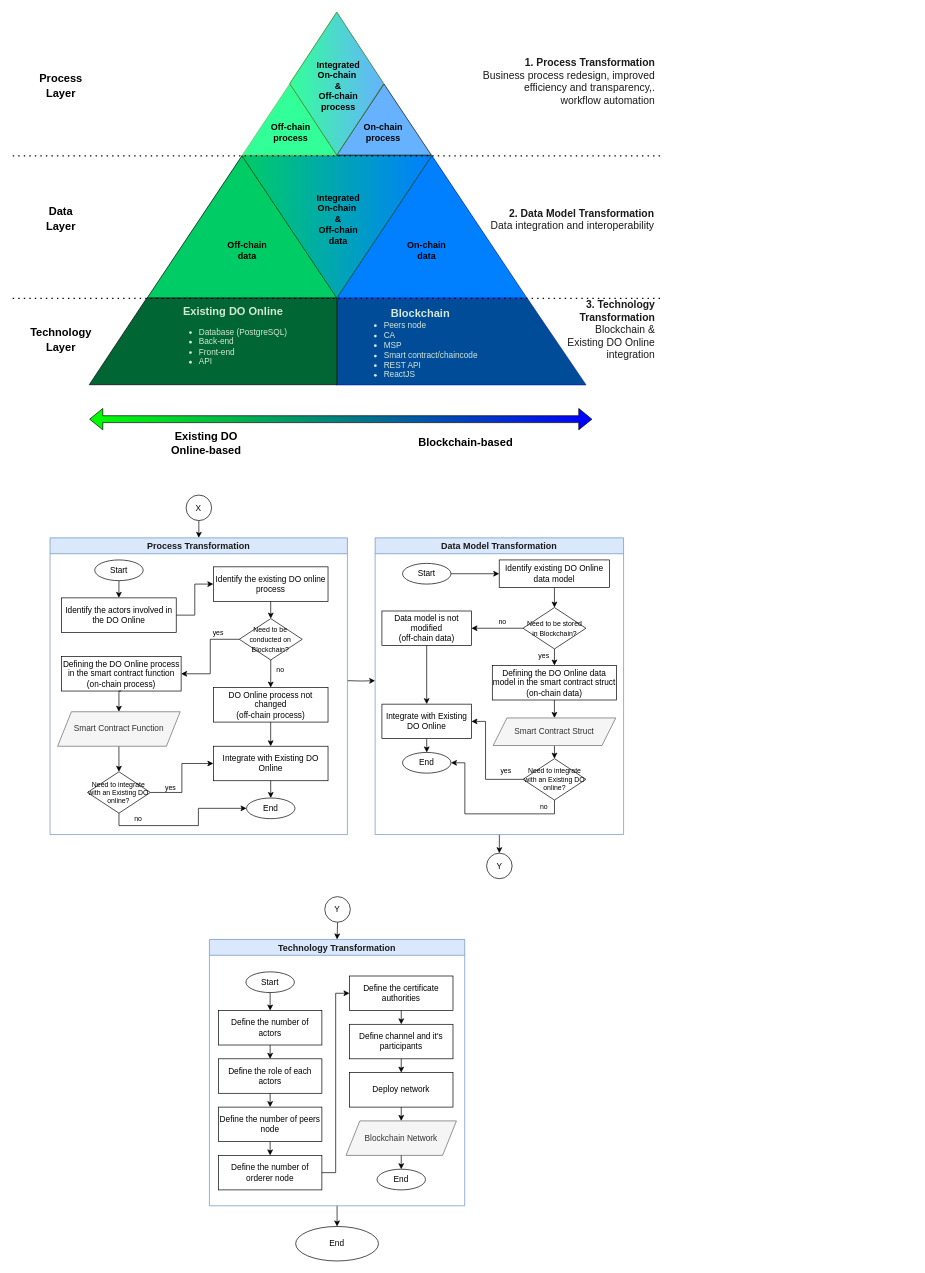
ariesharry/Diagrams keeps this draw.io diagram as Transformation Method DO Online.drawio. Above is the earlier version. Source tidied: cells renumbered, new cells numbered last; positions are measured from the earlier drawing's top-left corner, leaving out a move shared by most shapes. Both pictures are drawn from the tidied source at 69%, with x=0, y=0 at pixel (12, 12).
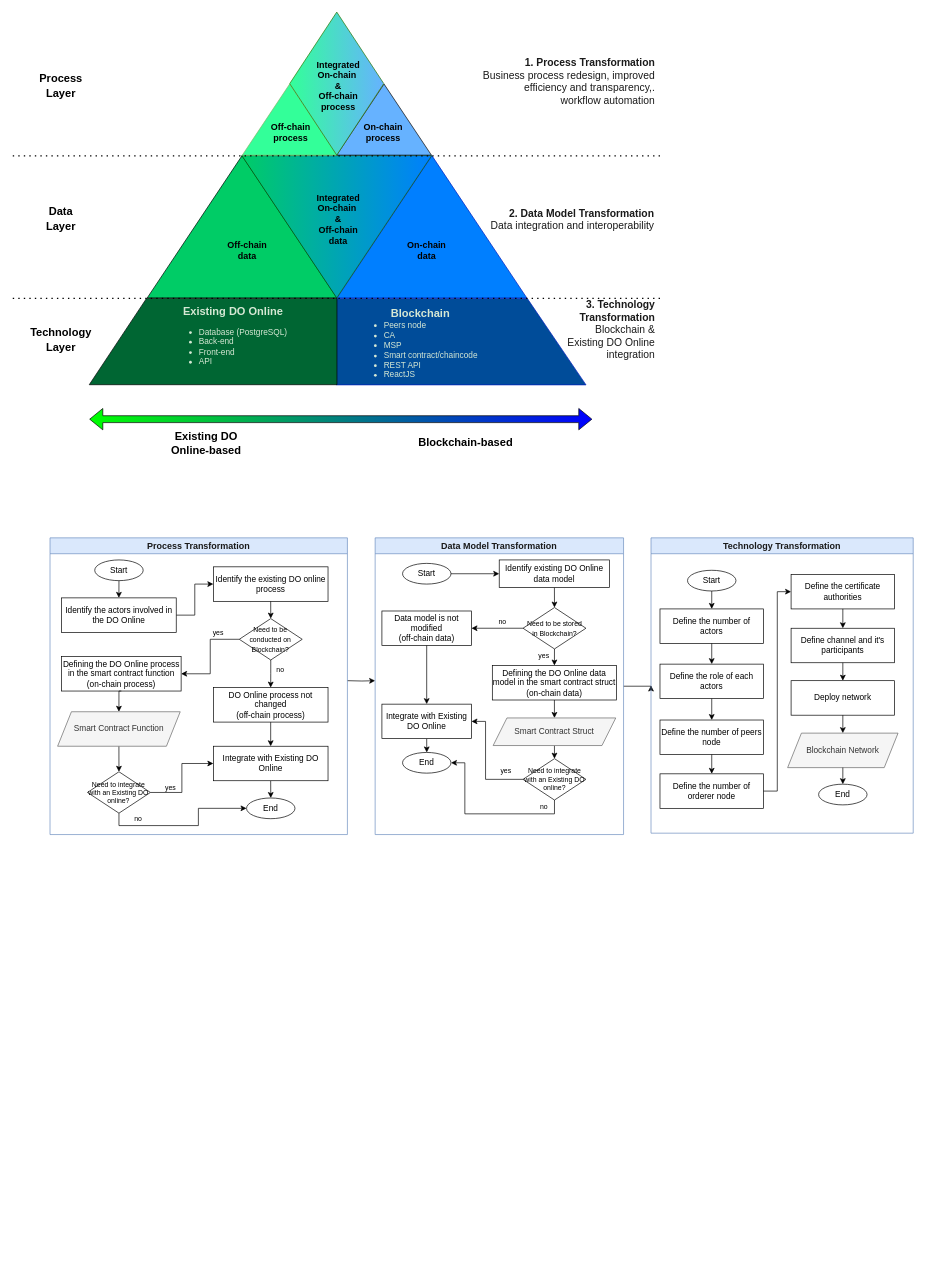
Above is the later version.

Unchanged cells that the change refers to:
```xml
<mxCell id="3" value="&lt;b style=&quot;border-color: var(--border-color); color: rgb(26, 26, 26); text-align: right;&quot;&gt;&lt;font style=&quot;font-size: 13px;&quot;&gt;Process Transformation&lt;/font&gt;&lt;/b&gt;" style="swimlane;whiteSpace=wrap;html=1;fillColor=#dae8fc;strokeColor=#6c8ebf;" parent="1" vertex="1">
  <mxGeometry x="54" y="762" width="431" height="430" as="geometry" />
</mxCell>
<mxCell id="30" value="&lt;b style=&quot;border-color: var(--border-color); color: rgb(26, 26, 26); text-align: right;&quot;&gt;&lt;font style=&quot;font-size: 13px;&quot;&gt;Data Model Transformation&lt;/font&gt;&lt;/b&gt;" style="swimlane;whiteSpace=wrap;html=1;fillColor=#dae8fc;strokeColor=#6c8ebf;" parent="1" vertex="1">
  <mxGeometry x="525.2" y="762" width="360" height="430" as="geometry" />
</mxCell>
```

Diff of the diagram source:
```diff
@@
-    <mxCell id="29" style="edgeStyle=orthogonalEdgeStyle;rounded=0;jettySize=auto;html=1;exitX=0.5;exitY=1;exitDx=0;exitDy=0;entryX=0.5;entryY=0;entryDx=0;entryDy=0;" parent="1" edge="1" source="30" target="108">
-      <mxGeometry relative="1" as="geometry" />
-    </mxCell>
+    <mxCell id="111" style="edgeStyle=orthogonalEdgeStyle;rounded=0;jettySize=auto;html=1;exitX=1;exitY=0.5;exitDx=0;exitDy=0;entryX=0;entryY=0.5;entryDx=0;entryDy=0;" parent="1" edge="1" source="30" target="55">
+      <mxGeometry relative="1" as="geometry" />
+    </mxCell>
@@
-    <mxCell id="54" style="edgeStyle=orthogonalEdgeStyle;rounded=0;jettySize=auto;html=1;exitX=0.5;exitY=1;exitDx=0;exitDy=0;entryX=0.5;entryY=0;entryDx=0;entryDy=0;" parent="1" edge="1" source="55" target="105">
-      <mxGeometry relative="1" as="geometry" />
-    </mxCell>
     <mxCell id="55" value="&lt;b style=&quot;border-color: var(--border-color); color: rgb(26, 26, 26); text-align: right;&quot;&gt;&lt;font style=&quot;font-size: 13px;&quot;&gt;Technology Transformation&lt;/font&gt;&lt;/b&gt;" style="swimlane;whiteSpace=wrap;html=1;fillColor=#dae8fc;strokeColor=#6c8ebf;" parent="1" vertex="1">
-      <mxGeometry x="285" y="1344" width="370" height="386" as="geometry" />
+      <mxGeometry x="925" y="762" width="380" height="428" as="geometry" />
     </mxCell>
@@
     <mxCell id="57" value="Define the role of each actors" style="rounded=0;whiteSpace=wrap;html=1;labelBorderColor=none;" parent="55" vertex="1">
-      <mxGeometry x="13" y="173" width="150" height="50" as="geometry" />
+      <mxGeometry x="13" y="183" width="150" height="50" as="geometry" />
     </mxCell>
@@
     <mxCell id="59" value="Define the number of peers node" style="rounded=0;whiteSpace=wrap;html=1;labelBorderColor=none;" parent="55" vertex="1">
-      <mxGeometry x="13" y="243" width="150" height="50" as="geometry" />
+      <mxGeometry x="13" y="264" width="150" height="50" as="geometry" />
     </mxCell>
@@
     <mxCell id="61" value="Define the number of orderer node" style="rounded=0;whiteSpace=wrap;html=1;labelBorderColor=none;" parent="55" vertex="1">
-      <mxGeometry x="13" y="313" width="150" height="50" as="geometry" />
+      <mxGeometry x="13" y="342" width="150" height="50" as="geometry" />
     </mxCell>
@@
     <mxCell id="65" value="Define channel and it's participants" style="rounded=0;whiteSpace=wrap;html=1;labelBorderColor=none;" parent="55" vertex="1">
-      <mxGeometry x="203" y="123" width="150" height="50" as="geometry" />
+      <mxGeometry x="203" y="131" width="150" height="50" as="geometry" />
     </mxCell>
@@
     <mxCell id="67" value="Deploy network" style="rounded=0;whiteSpace=wrap;html=1;labelBorderColor=none;" parent="55" vertex="1">
-      <mxGeometry x="203" y="193" width="150" height="50" as="geometry" />
+      <mxGeometry x="203" y="207" width="150" height="50" as="geometry" />
     </mxCell>
@@
     <mxCell id="69" value="Blockchain Network" style="shape=parallelogram;perimeter=parallelogramPerimeter;whiteSpace=wrap;html=1;fixedSize=1;fillColor=#f5f5f5;fontColor=#333333;strokeColor=#666666;" parent="55" vertex="1">
-      <mxGeometry x="198" y="263" width="160" height="50" as="geometry" />
+      <mxGeometry x="198" y="283" width="160" height="50" as="geometry" />
     </mxCell>
@@
     <mxCell id="73" value="End" style="ellipse;whiteSpace=wrap;html=1;" parent="55" vertex="1">
-      <mxGeometry x="242.9" y="333" width="70.2" height="30" as="geometry" />
+      <mxGeometry x="242.9" y="357" width="70.2" height="30" as="geometry" />
     </mxCell>
@@
-    <mxCell id="105" value="End" style="ellipse;whiteSpace=wrap;html=1;" parent="1" vertex="1">
-      <mxGeometry x="410" y="1760" width="120" height="50" as="geometry" />
-    </mxCell>
-    <mxCell id="106" style="edgeStyle=orthogonalEdgeStyle;rounded=0;jettySize=auto;html=1;exitX=0.5;exitY=1;exitDx=0;exitDy=0;" parent="1" edge="1" source="107" target="3">
-      <mxGeometry relative="1" as="geometry" />
-    </mxCell>
-    <mxCell id="107" value="X" style="ellipse;whiteSpace=wrap;html=1;" parent="1" vertex="1">
-      <mxGeometry x="251.2" y="700" width="37" height="37" as="geometry" />
-    </mxCell>
-    <mxCell id="108" value="Y" style="ellipse;whiteSpace=wrap;html=1;" parent="1" vertex="1">
-      <mxGeometry x="686.7" y="1219" width="37" height="37" as="geometry" />
-    </mxCell>
-    <mxCell id="109" style="edgeStyle=orthogonalEdgeStyle;rounded=0;jettySize=auto;html=1;exitX=0.5;exitY=1;exitDx=0;exitDy=0;entryX=0.5;entryY=0;entryDx=0;entryDy=0;" parent="1" edge="1" source="110" target="55">
-      <mxGeometry relative="1" as="geometry" />
-    </mxCell>
-    <mxCell id="110" value="Y" style="ellipse;whiteSpace=wrap;html=1;" parent="1" vertex="1">
-      <mxGeometry x="452.2" y="1282" width="37" height="37" as="geometry" />
-    </mxCell>
```
